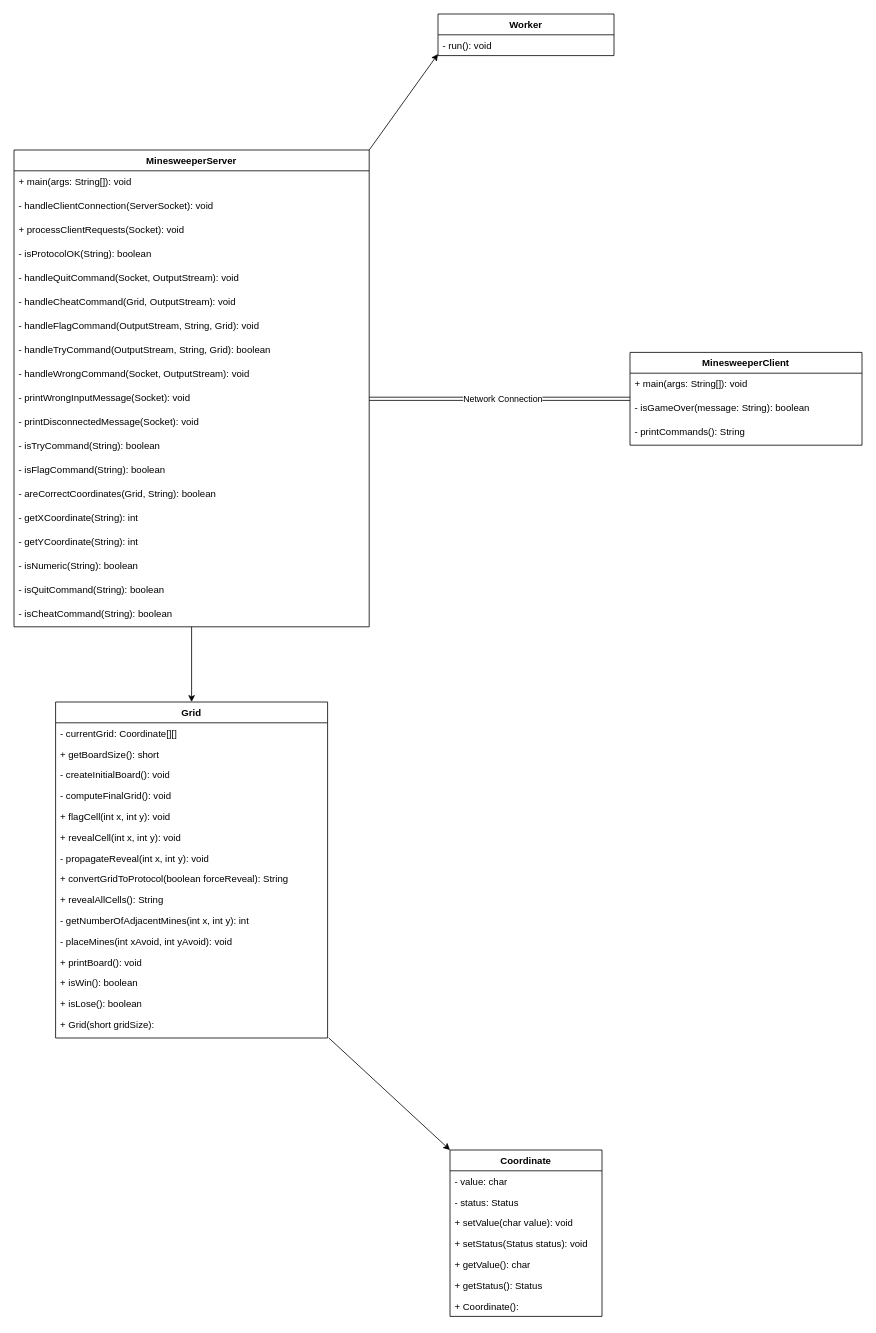
SamFadi-dev/Online-Minesweeper keeps this draw.io diagram as Diagram.drawio. Above is the earlier version. Source tidied: cells renumbered, new cells numbered last; positions are measured from the earlier drawing's top-left corner, leaving out a move shared by most shapes. Both pictures are drawn from the tidied source at 80%, with x=0, y=0 at pixel (14, 14).
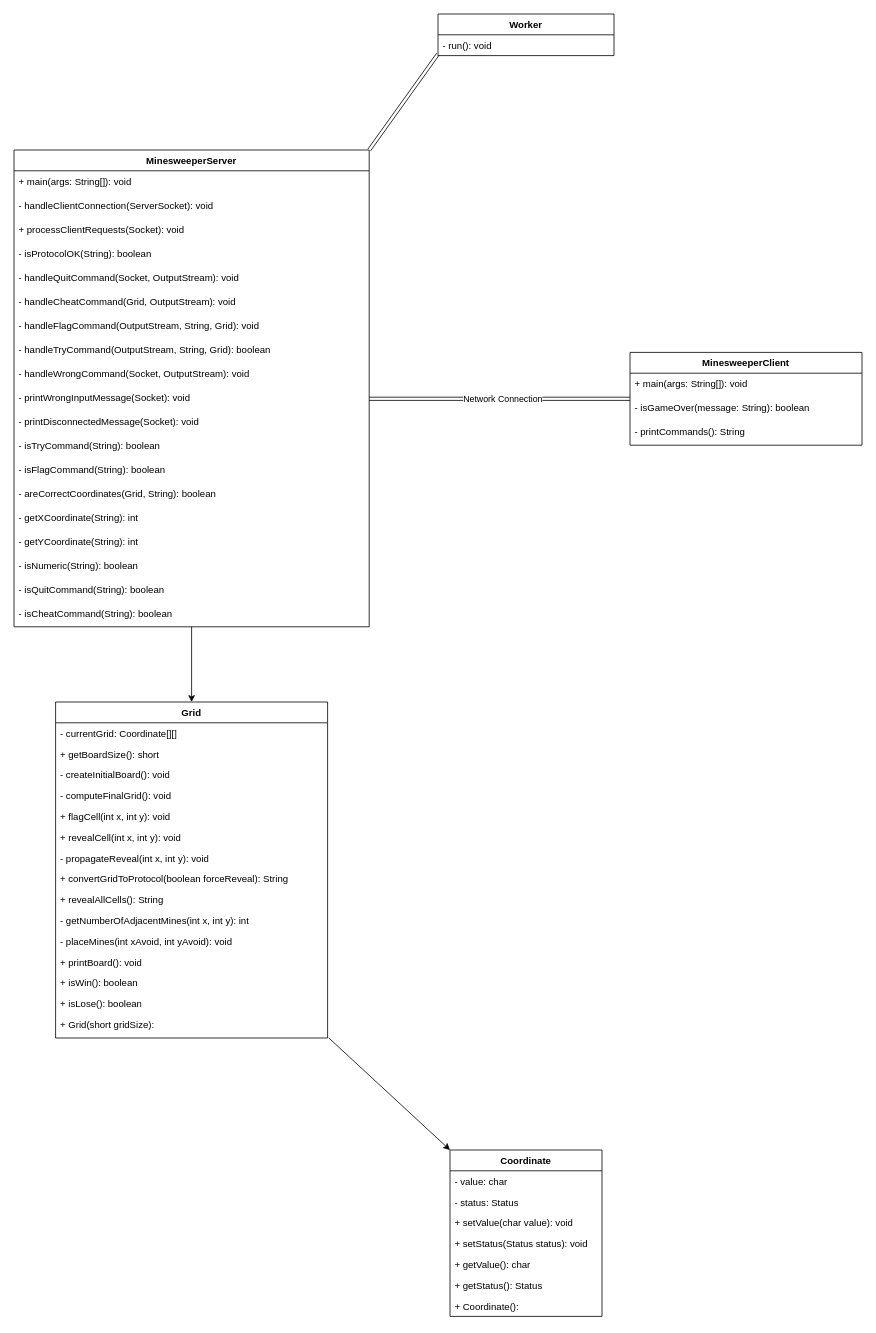
Above is the later version.

Commit message:
Fixed class diagram

Unchanged cells that the change refers to:
```xml
<mxCell id="34" value="MinesweeperServer" style="swimlane;fontStyle=1;align=center;verticalAlign=top;horizontal=1;startSize=26;whiteSpace=wrap;html=1;" parent="1" vertex="1">
  <mxGeometry y="170" width="444" height="596" as="geometry" />
</mxCell>
```

Change to the diagram source:
```diff
@@
-    <mxCell id="33" style="edgeStyle=none;html=1;exitX=1;exitY=0;exitDx=0;exitDy=0;" parent="1" edge="1" source="34">
+    <mxCell id="33" style="edgeStyle=none;html=1;exitX=1;exitY=0;exitDx=0;exitDy=0;shape=link;" parent="1" edge="1" source="34">
       <mxGeometry relative="1" as="geometry">
         <mxPoint x="530" y="50" as="targetPoint" />
       </mxGeometry>
     </mxCell>
```
